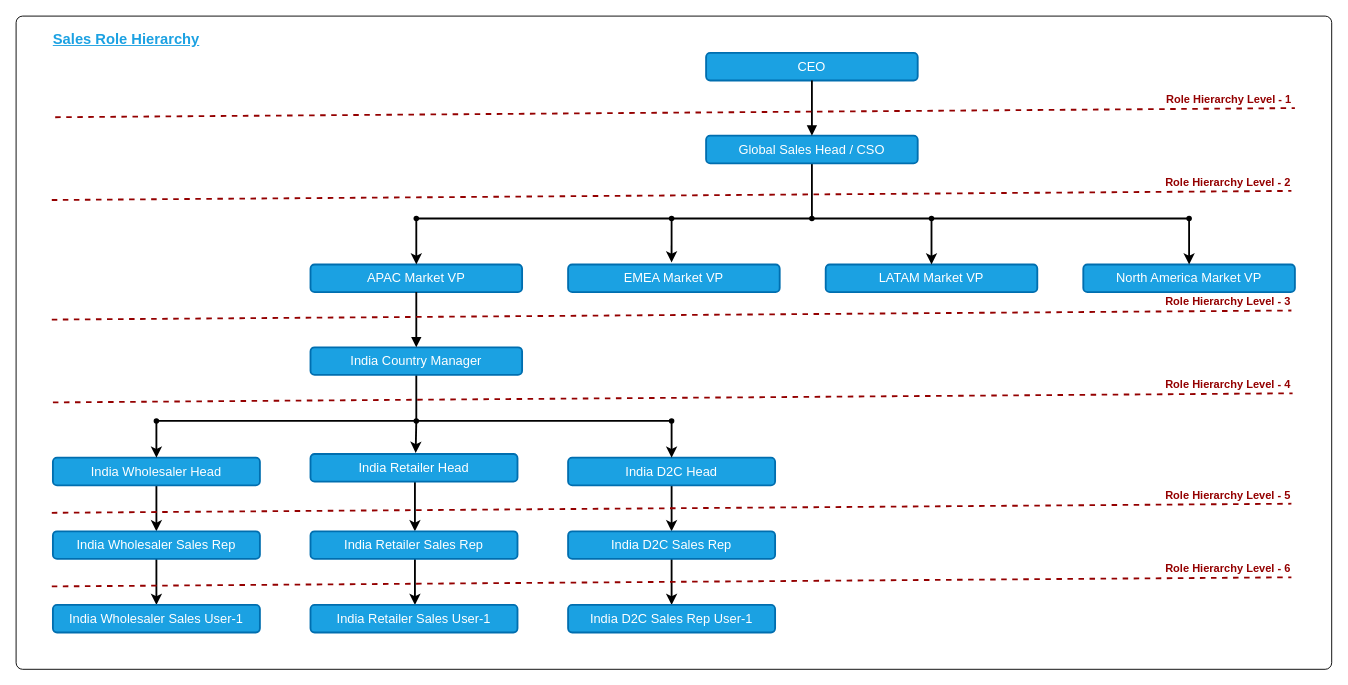
The draw.io diagram page "Sales Role Hierarchy-2" (3 of 4) of Sales Cloud Design/design/Sales Cloud Design.drawio in gmdeepakchouhan3/Salesforce-Solution-Design, before the edit. Source tidied: cells renumbered, new cells numbered last; positions are measured from the earlier drawing's top-left corner, leaving out a move shared by most shapes. Both pictures are drawn from the tidied source at 92%, with x=0, y=0 at pixel (16, 16).
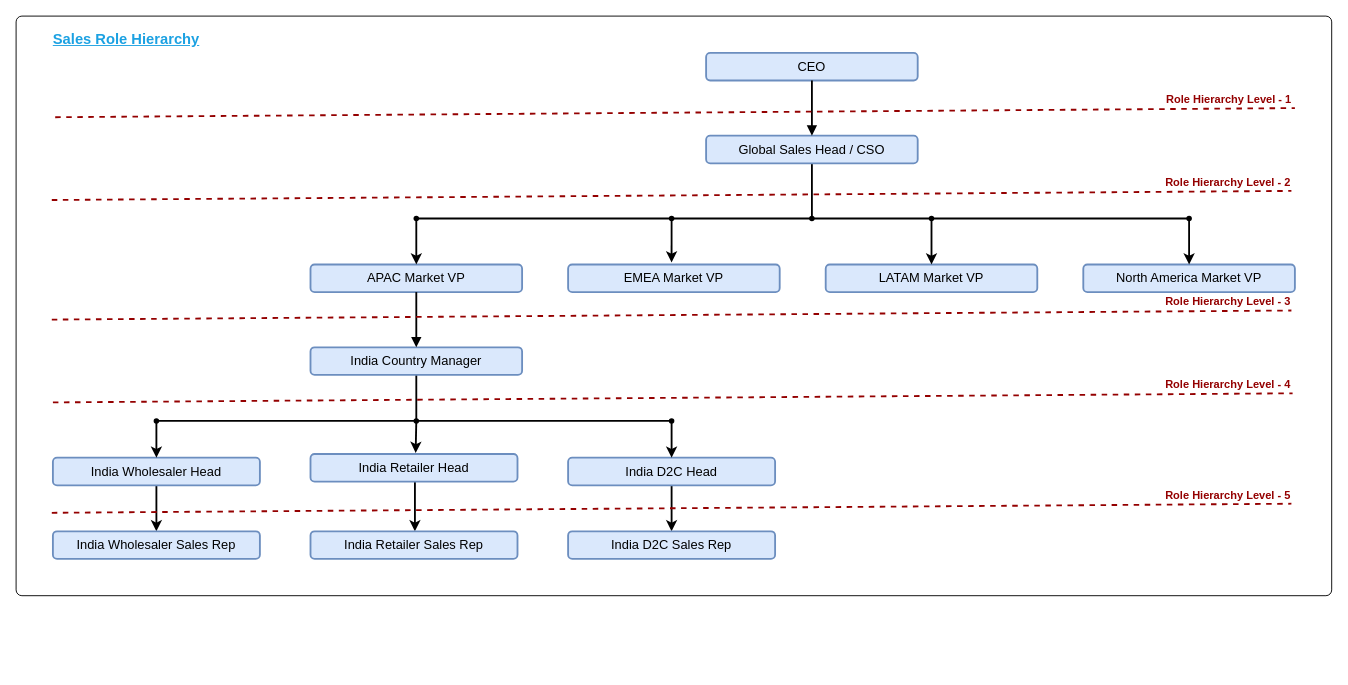
Above is the later version.

What changed in the source:
```diff
@@
     <mxCell id="2" style="rounded=1;whiteSpace=wrap;html=1;arcSize=1;fontColor=light-dark(#ff1f1f, #ededed);" parent="1" vertex="1">
-      <mxGeometry width="1430" height="710" as="geometry" />
+      <mxGeometry width="1430" height="630" as="geometry" />
     </mxCell>
-    <mxCell id="3" value="CEO" style="whiteSpace=wrap;strokeWidth=2;fillColor=#1ba1e2;fontColor=#ffffff;strokeColor=#006EAF;fontSize=14;rounded=1;" parent="1" vertex="1">
+    <mxCell id="3" value="CEO" style="whiteSpace=wrap;strokeWidth=2;fillColor=#dae8fc;strokeColor=#6c8ebf;fontSize=14;rounded=1;" parent="1" vertex="1">
       <mxGeometry x="750" y="40" width="230" height="30" as="geometry" />
     </mxCell>
@@
-    <mxCell id="5" value="Global Sales Head / CSO" style="whiteSpace=wrap;strokeWidth=2;fillColor=#1ba1e2;fontColor=#ffffff;strokeColor=#006EAF;fontSize=14;rounded=1;" parent="1" vertex="1">
+    <mxCell id="5" value="Global Sales Head / CSO" style="whiteSpace=wrap;strokeWidth=2;fillColor=#dae8fc;strokeColor=#6c8ebf;fontSize=14;rounded=1;" parent="1" vertex="1">
       <mxGeometry x="750" y="130" width="230" height="30" as="geometry" />
     </mxCell>
-    <mxCell id="6" value="APAC Market VP" style="whiteSpace=wrap;strokeWidth=2;fillColor=#1ba1e2;fontColor=#ffffff;strokeColor=#006EAF;fontSize=14;rounded=1;" parent="1" vertex="1">
+    <mxCell id="6" value="APAC Market VP" style="whiteSpace=wrap;strokeWidth=2;fillColor=#dae8fc;strokeColor=#6c8ebf;fontSize=14;rounded=1;" parent="1" vertex="1">
       <mxGeometry x="320" y="270" width="230" height="30" as="geometry" />
     </mxCell>
@@
-    <mxCell id="8" value="India Country Manager" style="whiteSpace=wrap;strokeWidth=2;fillColor=#1ba1e2;fontColor=#ffffff;strokeColor=#006EAF;fontSize=14;rounded=1;" parent="1" vertex="1">
+    <mxCell id="8" value="India Country Manager" style="whiteSpace=wrap;strokeWidth=2;fillColor=#dae8fc;strokeColor=#6c8ebf;fontSize=14;rounded=1;" parent="1" vertex="1">
       <mxGeometry x="320" y="360" width="230" height="30" as="geometry" />
     </mxCell>
@@
-    <mxCell id="10" value="India Wholesaler Head" style="whiteSpace=wrap;strokeWidth=2;fillColor=#1ba1e2;fontColor=#ffffff;strokeColor=#006EAF;fontSize=14;rounded=1;" parent="1" vertex="1">
+    <mxCell id="10" value="India Wholesaler Head" style="whiteSpace=wrap;strokeWidth=2;fillColor=#dae8fc;strokeColor=#6c8ebf;fontSize=14;rounded=1;" parent="1" vertex="1">
       <mxGeometry x="40" y="480" width="225" height="30" as="geometry" />
     </mxCell>
-    <mxCell id="11" style="edgeStyle=orthogonalEdgeStyle;rounded=0;jettySize=auto;html=1;strokeWidth=2;" parent="1" edge="1" source="12" target="13">
-      <mxGeometry relative="1" as="geometry" />
-    </mxCell>
-    <mxCell id="12" value="India Wholesaler Sales Rep" style="whiteSpace=wrap;strokeWidth=2;fillColor=#1ba1e2;fontColor=#ffffff;strokeColor=#006EAF;fontSize=14;rounded=1;" parent="1" vertex="1">
+    <mxCell id="12" value="India Wholesaler Sales Rep" style="whiteSpace=wrap;strokeWidth=2;fillColor=#dae8fc;strokeColor=#6c8ebf;fontSize=14;rounded=1;" parent="1" vertex="1">
       <mxGeometry x="40" y="560" width="225" height="30" as="geometry" />
     </mxCell>
-    <mxCell id="13" value="India Wholesaler Sales User-1" style="whiteSpace=wrap;strokeWidth=2;fillColor=#1ba1e2;fontColor=#ffffff;strokeColor=#006EAF;fontSize=14;rounded=1;" parent="1" vertex="1">
-      <mxGeometry x="40" y="640" width="225" height="30" as="geometry" />
-    </mxCell>
@@
-    <mxCell id="15" value="India Retailer Head" style="whiteSpace=wrap;strokeWidth=2;fillColor=#1ba1e2;fontColor=#ffffff;strokeColor=#006EAF;fontSize=14;rounded=1;" parent="1" vertex="1">
+    <mxCell id="15" value="India Retailer Head" style="whiteSpace=wrap;strokeWidth=2;fillColor=#dae8fc;strokeColor=#6c8ebf;fontSize=14;rounded=1;" parent="1" vertex="1">
       <mxGeometry x="320" y="476" width="225" height="30" as="geometry" />
     </mxCell>
-    <mxCell id="16" style="edgeStyle=orthogonalEdgeStyle;rounded=0;orthogonalLoop=1;jettySize=auto;html=1;strokeWidth=2;" parent="1" edge="1">
-      <mxGeometry relative="1" as="geometry">
-        <mxPoint x="433.5" y="590" as="sourcePoint" />
-        <mxPoint x="433.5" y="640" as="targetPoint" />
-      </mxGeometry>
-    </mxCell>
-    <mxCell id="17" value="India Retailer Sales Rep" style="whiteSpace=wrap;strokeWidth=2;fillColor=#1ba1e2;fontColor=#ffffff;strokeColor=#006EAF;fontSize=14;rounded=1;" parent="1" vertex="1">
+    <mxCell id="17" value="India Retailer Sales Rep" style="whiteSpace=wrap;strokeWidth=2;fillColor=#dae8fc;strokeColor=#6c8ebf;fontSize=14;rounded=1;" parent="1" vertex="1">
       <mxGeometry x="320" y="560" width="225" height="30" as="geometry" />
     </mxCell>
-    <mxCell id="18" value="India Retailer Sales User-1" style="whiteSpace=wrap;strokeWidth=2;fillColor=#1ba1e2;fontColor=#ffffff;strokeColor=#006EAF;fontSize=14;rounded=1;" parent="1" vertex="1">
-      <mxGeometry x="320" y="640" width="225" height="30" as="geometry" />
-    </mxCell>
@@
-    <mxCell id="20" value="India D2C Head" style="whiteSpace=wrap;strokeWidth=2;fillColor=#1ba1e2;fontColor=#ffffff;strokeColor=#006EAF;fontSize=14;rounded=1;" parent="1" vertex="1">
+    <mxCell id="20" value="India D2C Head" style="whiteSpace=wrap;strokeWidth=2;fillColor=#dae8fc;strokeColor=#6c8ebf;fontSize=14;rounded=1;" parent="1" vertex="1">
       <mxGeometry x="600" y="480" width="225" height="30" as="geometry" />
     </mxCell>
-    <mxCell id="21" style="edgeStyle=orthogonalEdgeStyle;rounded=0;jettySize=auto;html=1;strokeWidth=2;" parent="1" edge="1" source="22" target="23">
-      <mxGeometry relative="1" as="geometry" />
-    </mxCell>
-    <mxCell id="22" value="India D2C Sales Rep" style="whiteSpace=wrap;strokeWidth=2;fillColor=#1ba1e2;fontColor=#ffffff;strokeColor=#006EAF;fontSize=14;rounded=1;" parent="1" vertex="1">
+    <mxCell id="22" value="India D2C Sales Rep" style="whiteSpace=wrap;strokeWidth=2;fillColor=#dae8fc;strokeColor=#6c8ebf;fontSize=14;rounded=1;" parent="1" vertex="1">
       <mxGeometry x="600" y="560" width="225" height="30" as="geometry" />
     </mxCell>
-    <mxCell id="23" value="India D2C Sales Rep User-1" style="whiteSpace=wrap;strokeWidth=2;fillColor=#1ba1e2;fontColor=#ffffff;strokeColor=#006EAF;fontSize=14;rounded=1;" parent="1" vertex="1">
-      <mxGeometry x="600" y="640" width="225" height="30" as="geometry" />
-    </mxCell>
-    <mxCell id="24" value="EMEA Market VP" style="whiteSpace=wrap;strokeWidth=2;fillColor=#1ba1e2;fontColor=#ffffff;strokeColor=#006EAF;fontSize=14;rounded=1;" parent="1" vertex="1">
+    <mxCell id="24" value="EMEA Market VP" style="whiteSpace=wrap;strokeWidth=2;fillColor=#dae8fc;strokeColor=#6c8ebf;fontSize=14;rounded=1;" parent="1" vertex="1">
       <mxGeometry x="600" y="270" width="230" height="30" as="geometry" />
     </mxCell>
-    <mxCell id="25" value="LATAM Market VP" style="whiteSpace=wrap;strokeWidth=2;fillColor=#1ba1e2;fontColor=#ffffff;strokeColor=#006EAF;fontSize=14;rounded=1;" parent="1" vertex="1">
+    <mxCell id="25" value="LATAM Market VP" style="whiteSpace=wrap;strokeWidth=2;fillColor=#dae8fc;strokeColor=#6c8ebf;fontSize=14;rounded=1;" parent="1" vertex="1">
       <mxGeometry x="880" y="270" width="230" height="30" as="geometry" />
     </mxCell>
-    <mxCell id="26" value="North America Market VP" style="whiteSpace=wrap;strokeWidth=2;fillColor=#1ba1e2;fontColor=#ffffff;strokeColor=#006EAF;fontSize=14;rounded=1;" parent="1" vertex="1">
+    <mxCell id="26" value="North America Market VP" style="whiteSpace=wrap;strokeWidth=2;fillColor=#dae8fc;strokeColor=#6c8ebf;fontSize=14;rounded=1;" parent="1" vertex="1">
       <mxGeometry x="1160" y="270" width="230" height="30" as="geometry" />
     </mxCell>
@@
-    <mxCell id="60" style="endArrow=none;html=1;rounded=0;strokeWidth=2;endFill=0;entryX=0.986;entryY=0.479;entryDx=0;entryDy=0;entryPerimeter=0;dashed=1;fillColor=#a20025;strokeColor=light-dark(#940000, #ffc5c5);" parent="1" edge="1">
-      <mxGeometry relative="1" as="geometry">
-        <mxPoint x="38.8" y="619.9" as="sourcePoint" />
-        <mxPoint x="1386.2" y="610" as="targetPoint" />
-      </mxGeometry>
-    </mxCell>
-    <mxCell id="61" value="Role Hierarchy Level - 6" style="edgeLabel;html=1;align=center;verticalAlign=middle;fontColor=light-dark(#940000, #ededed);fontSize=12;fontStyle=1;" parent="60" vertex="1">
-      <mxGeometry x="-0.05" y="2" relative="1" as="geometry">
-        <mxPoint x="638" y="-13" as="offset" />
-      </mxGeometry>
-    </mxCell>
```
